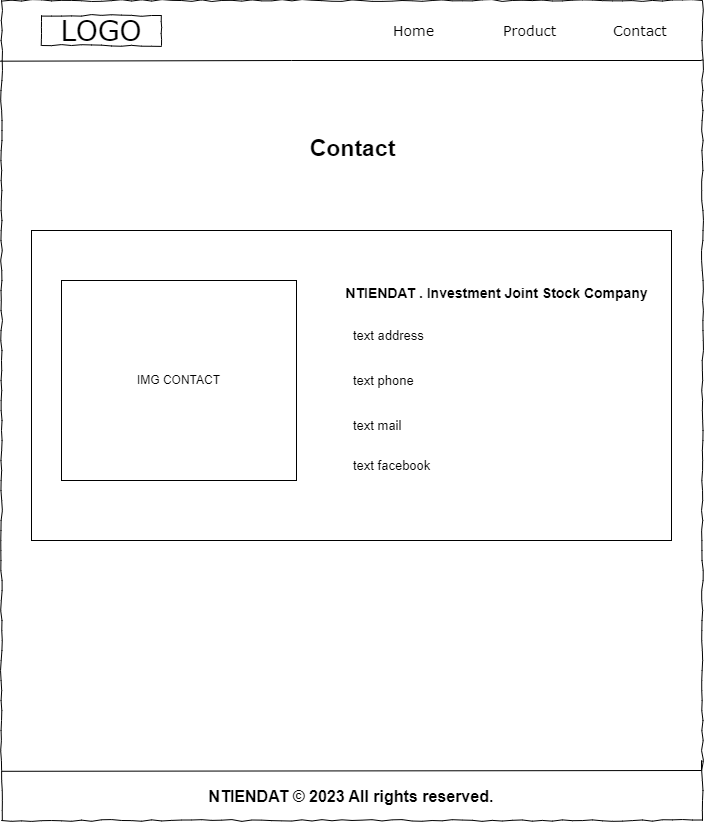
The draw.io diagram buoi2/images_drawio/contact(ipad).png in datntph39907/web106_datnt, before a commit. Source tidied: cells renumbered, new cells last; positions are measured from the earlier drawing's top-left corner, leaving out a move shared by most shapes.
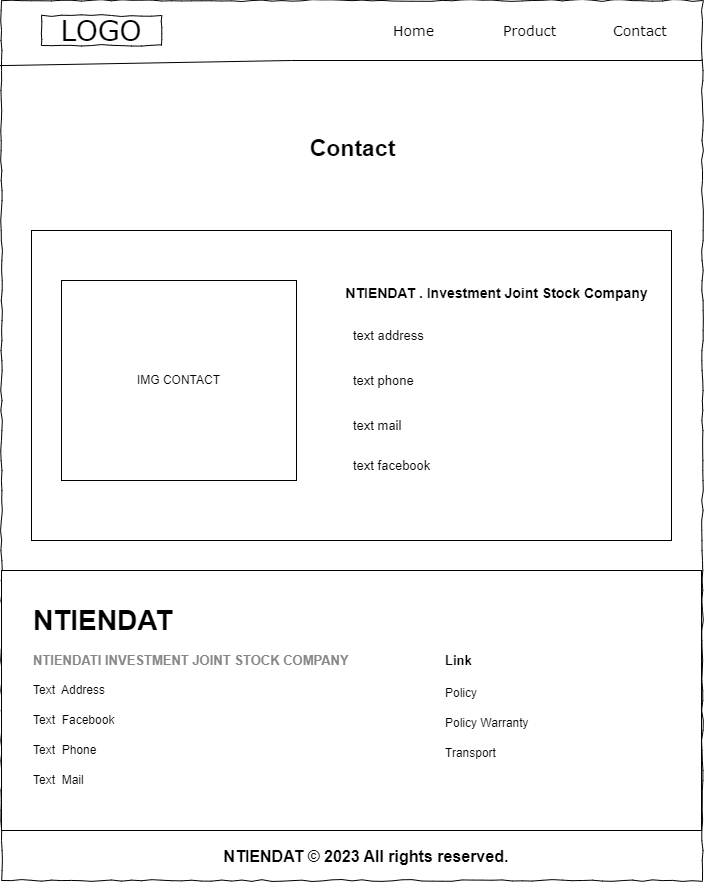
After the change.

The edit, as a diff of the source:
```diff
@@ -3,7 +3,7 @@
     <mxCell id="0" />
     <mxCell id="1" parent="0" />
     <mxCell id="2" style="whiteSpace=wrap;html=1;rounded=0;shadow=0;labelBackgroundColor=none;strokeColor=#000000;strokeWidth=1;fillColor=default;fontFamily=Verdana;fontSize=12;fontColor=#000000;align=center;comic=1;" parent="1" vertex="1">
-      <mxGeometry width="701" height="820" as="geometry" />
+      <mxGeometry width="701" height="880" as="geometry" />
     </mxCell>
     <mxCell id="3" value="LOGO" style="whiteSpace=wrap;html=1;rounded=0;shadow=0;labelBackgroundColor=none;strokeWidth=1;fontFamily=Verdana;fontSize=28;align=center;comic=1;" parent="1" vertex="1">
       <mxGeometry x="40" y="15" width="120" height="30" as="geometry" />
@@ -29,16 +29,8 @@
       <mxGeometry relative="1" as="geometry" />
     </mxCell>
     <mxCell id="9" value="NTIENDAT © 2023 All rights reserved." style="text;strokeColor=none;align=center;fillColor=none;html=1;verticalAlign=top;whiteSpace=wrap;rounded=0;fontSize=16;fontStyle=1;" parent="1" vertex="1">
-      <mxGeometry x="155" y="780" width="390" height="30" as="geometry" />
+      <mxGeometry x="170" y="840" width="390" height="30" as="geometry" />
     </mxCell>
-    <mxCell id="10" style="endArrow=none;html=1;rounded=0;entryX=0.001;entryY=0.94;entryDx=0;entryDy=0;entryPerimeter=0;" parent="1" edge="1" source="2" target="2">
-      <mxGeometry relative="1" as="geometry">
-        <Array as="points">
-          <mxPoint x="700" y="760" />
-          <mxPoint x="700" y="770" />
-        </Array>
-      </mxGeometry>
-    </mxCell>
     <mxCell id="11" style="edgeStyle=orthogonalEdgeStyle;rounded=0;orthogonalLoop=1;jettySize=auto;html=1;exitX=0.5;exitY=1;exitDx=0;exitDy=0;" parent="1" edge="1">
       <mxGeometry relative="1" as="geometry">
         <mxPoint x="185" y="580" as="sourcePoint" />
@@ -69,5 +61,38 @@
     <mxCell id="19" value="text facebook" style="text;strokeColor=none;align=left;fillColor=none;html=1;verticalAlign=middle;whiteSpace=wrap;rounded=0;fontSize=13;" parent="1" vertex="1">
       <mxGeometry x="350" y="450" width="130" height="30" as="geometry" />
     </mxCell>
+    <mxCell id="20" style="rounded=0;whiteSpace=wrap;html=1;fontColor=#6e6e6e;" parent="1" vertex="1">
+      <mxGeometry y="570" width="700" height="260" as="geometry" />
+    </mxCell>
+    <mxCell id="21" value="NTIENDAT" style="text;strokeColor=none;align=left;fillColor=none;html=1;verticalAlign=middle;whiteSpace=wrap;rounded=0;fontSize=28;fontStyle=1;" parent="1" vertex="1">
+      <mxGeometry x="30" y="605" width="130" height="30" as="geometry" />
+    </mxCell>
+    <mxCell id="22" value="NTIENDATI INVESTMENT JOINT STOCK COMPANY" style="text;strokeColor=none;align=left;fillColor=none;html=1;verticalAlign=middle;whiteSpace=wrap;rounded=0;fontSize=13;fontColor=#878787;fontStyle=1;" parent="1" vertex="1">
+      <mxGeometry x="30" y="645" width="400" height="30" as="geometry" />
+    </mxCell>
+    <mxCell id="23" value="Text&amp;nbsp;&amp;nbsp;Address" style="text;strokeColor=none;align=left;fillColor=none;html=1;verticalAlign=middle;whiteSpace=wrap;rounded=0;" parent="1" vertex="1">
+      <mxGeometry x="30" y="675" width="190" height="30" as="geometry" />
+    </mxCell>
+    <mxCell id="24" value="Text&amp;nbsp;&amp;nbsp;Facebook" style="text;strokeColor=none;align=left;fillColor=none;html=1;verticalAlign=middle;whiteSpace=wrap;rounded=0;" parent="1" vertex="1">
+      <mxGeometry x="30" y="705" width="190" height="30" as="geometry" />
+    </mxCell>
+    <mxCell id="25" value="Text&amp;nbsp; Phone" style="text;strokeColor=none;align=left;fillColor=none;html=1;verticalAlign=middle;whiteSpace=wrap;rounded=0;" parent="1" vertex="1">
+      <mxGeometry x="30" y="735" width="190" height="30" as="geometry" />
+    </mxCell>
+    <mxCell id="26" value="Text&amp;nbsp; Mail" style="text;strokeColor=none;align=left;fillColor=none;html=1;verticalAlign=middle;whiteSpace=wrap;rounded=0;" parent="1" vertex="1">
+      <mxGeometry x="30" y="765" width="190" height="30" as="geometry" />
+    </mxCell>
+    <mxCell id="27" value="Link" style="text;strokeColor=none;align=left;fillColor=none;html=1;verticalAlign=middle;whiteSpace=wrap;rounded=0;fontSize=13;fontColor=#000000;fontStyle=1;" parent="1" vertex="1">
+      <mxGeometry x="442" y="645" width="266" height="30" as="geometry" />
+    </mxCell>
+    <mxCell id="28" value="Transport" style="text;strokeColor=none;align=left;fillColor=none;html=1;verticalAlign=middle;whiteSpace=wrap;rounded=0;" parent="1" vertex="1">
+      <mxGeometry x="442" y="738" width="190" height="30" as="geometry" />
+    </mxCell>
+    <mxCell id="29" value="Policy Warranty" style="text;strokeColor=none;align=left;fillColor=none;html=1;verticalAlign=middle;whiteSpace=wrap;rounded=0;" parent="1" vertex="1">
+      <mxGeometry x="442" y="708" width="190" height="30" as="geometry" />
+    </mxCell>
+    <mxCell id="30" value="Policy" style="text;strokeColor=none;align=left;fillColor=none;html=1;verticalAlign=middle;whiteSpace=wrap;rounded=0;" parent="1" vertex="1">
+      <mxGeometry x="442" y="678" width="190" height="30" as="geometry" />
+    </mxCell>
   </root>
 </mxGraphModel>
```
